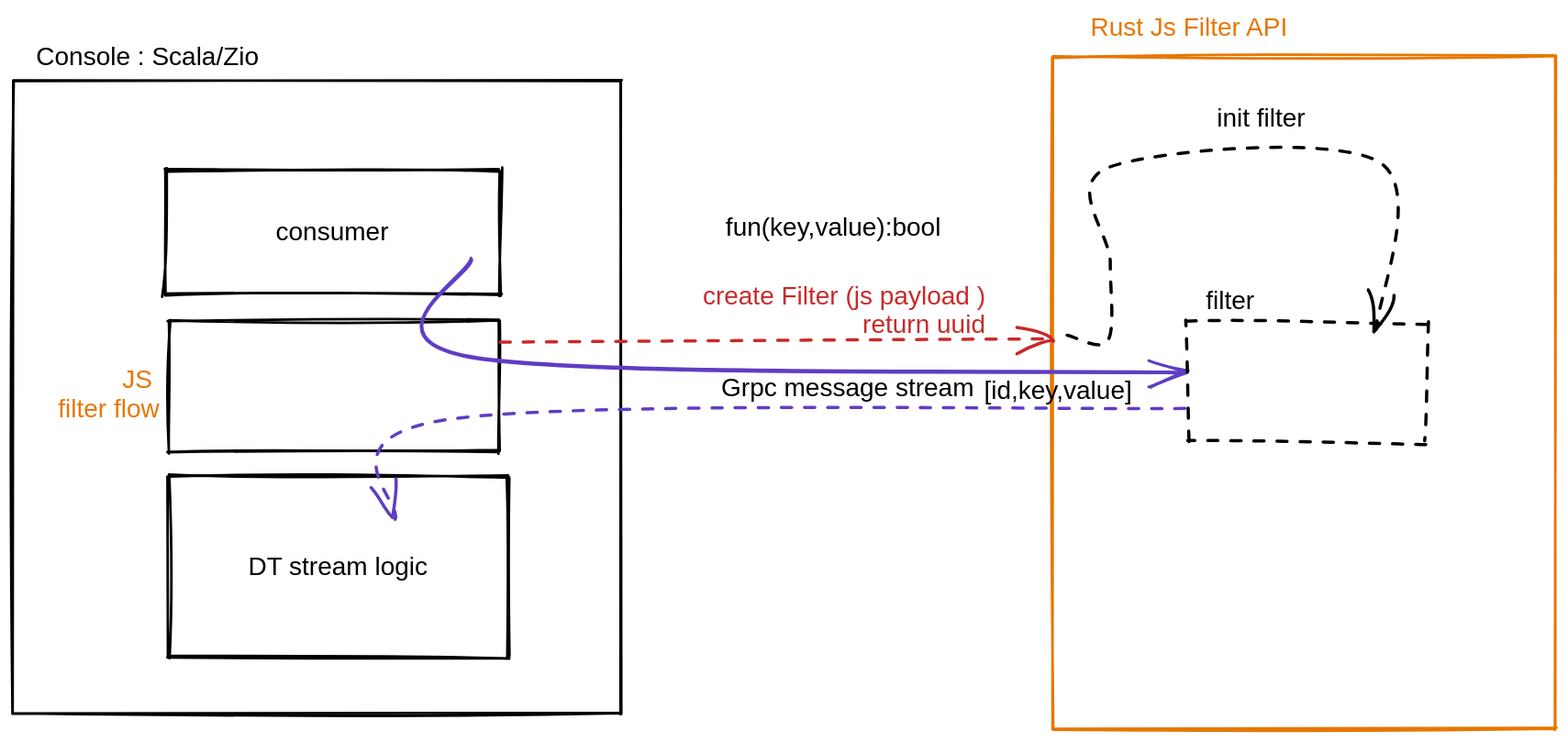
Earlier version of the Excalidraw export doc/.excalidraw.svg (conduktor/rsfilter). Source tidied: one line per element, renumbered; positions are measured from the earlier drawing's top-left corner, leaving out a move shared by most shapes. Source of this version:
```json
{"id": 0, "type": "rectangle", "strokeColor": "#000000", "strokeWidth": 2, "roughness": 1, "x": 0, "y": 53, "width": 473, "height": 493}
{"id": 1, "type": "text", "text": "Console : Scala/Zio", "strokeColor": "#000000", "strokeWidth": 2, "roughness": 1, "fontSize": 20, "fontFamily": 2, "textAlign": "right", "x": 16, "y": 23, "width": 175, "height": 23}
{"id": 2, "type": "rectangle", "strokeColor": "#000000", "strokeWidth": 2, "roughness": 1, "x": 118, "y": 122, "width": 261, "height": 97}
{"id": 3, "type": "text", "text": "consumer", "strokeColor": "#000000", "strokeWidth": 2, "roughness": 1, "fontSize": 20, "fontFamily": 2, "textAlign": "center", "verticalAlign": "middle", "inside": 2, "x": 204, "y": 159, "width": 90, "height": 23}
{"id": 4, "type": "rectangle", "strokeColor": "#000000", "strokeWidth": 2, "roughness": 1, "x": 121, "y": 360, "width": 264, "height": 142}
{"id": 5, "type": "text", "text": "DT stream logic", "strokeColor": "#000000", "strokeWidth": 2, "roughness": 1, "fontSize": 20, "fontFamily": 2, "textAlign": "center", "verticalAlign": "middle", "inside": 4, "x": 182, "y": 420, "width": 142, "height": 23}
{"id": 6, "type": "rectangle", "strokeColor": "#000000", "strokeWidth": 2, "roughness": 1, "x": 121, "y": 240, "width": 257, "height": 101}
{"id": 7, "type": "text", "text": "JS \nfilter flow", "strokeColor": "#e67700", "strokeWidth": 2, "roughness": 1, "fontSize": 20, "fontFamily": 2, "textAlign": "right", "x": 33, "y": 275, "width": 81, "height": 45}
{"id": 8, "type": "rectangle", "strokeColor": "#e67700", "strokeWidth": 2, "roughness": 1, "x": 810, "y": 34, "width": 391, "height": 524}
{"id": 9, "type": "text", "text": "Rust Js Filter API", "strokeColor": "#e67700", "strokeWidth": 2, "roughness": 1, "fontSize": 20, "fontFamily": 2, "textAlign": "right", "x": 837, "y": 0, "width": 155, "height": 23}
{"id": 10, "type": "arrow", "strokeColor": "#5f3dc4", "strokeWidth": 2, "roughness": 1, "endArrowhead": "arrow", "to": 14, "x": 356, "y": 193, "width": 557, "height": 88, "points": [[0, 0], [4, 76], [557, 88]]}
{"id": 11, "type": "arrow", "strokeColor": "#5f3dc4", "strokeWidth": 2, "strokeStyle": "dashed", "roughness": 1, "endArrowhead": "arrow", "from": 14, "x": 913, "y": 308, "width": 614, "height": 87, "points": [[0, 0], [-571, 8], [-614, 87]]}
{"id": 12, "type": "arrow", "strokeColor": "#c92a2a", "strokeWidth": 2, "strokeStyle": "dashed", "roughness": 1, "endArrowhead": "arrow", "from": 6, "x": 379, "y": 257, "width": 432, "height": 2, "points": [[0, 0], [432, -2]]}
{"id": 13, "type": "text", "text": "create Filter (js payload )\nreturn uuid", "strokeColor": "#c92a2a", "strokeWidth": 2, "strokeStyle": "dashed", "roughness": 1, "fontSize": 20, "fontFamily": 2, "textAlign": "right", "x": 536, "y": 209, "width": 221, "height": 45}
{"id": 14, "type": "rectangle", "strokeColor": "#000000", "strokeWidth": 2, "strokeStyle": "dashed", "roughness": 1, "x": 915, "y": 241, "width": 186, "height": 93}
{"id": 15, "type": "text", "text": "filter", "strokeColor": "#000000", "strokeWidth": 2, "strokeStyle": "dashed", "roughness": 1, "fontSize": 20, "fontFamily": 2, "textAlign": "right", "x": 926, "y": 212, "width": 40, "height": 23}
{"id": 16, "type": "text", "text": "Grpc message stream", "strokeColor": "#000000", "strokeWidth": 2, "strokeStyle": "dashed", "roughness": 1, "fontSize": 20, "fontFamily": 2, "textAlign": "right", "x": 549, "y": 281, "width": 199, "height": 23}
{"id": 17, "type": "arrow", "strokeColor": "#000000", "strokeWidth": 2, "strokeStyle": "dashed", "roughness": 1, "endArrowhead": "arrow", "x": 819, "y": 252, "width": 243, "height": 139, "points": [[0, 0], [34, 2], [35, -59], [33, -131], [243, -137], [242, -6]]}
{"id": 18, "type": "text", "text": "init filter", "strokeColor": "#000000", "strokeWidth": 2, "strokeStyle": "dashed", "roughness": 1, "fontSize": 20, "fontFamily": 2, "textAlign": "right", "x": 935, "y": 70, "width": 71, "height": 23}
{"id": 19, "type": "text", "text": "[id,key,value]", "strokeColor": "#000000", "strokeWidth": 2, "strokeStyle": "dashed", "roughness": 1, "fontSize": 20, "fontFamily": 2, "textAlign": "right", "x": 754, "y": 283, "width": 117, "height": 23}
{"id": 20, "type": "text", "text": "fun(key,value):bool", "strokeColor": "#000000", "strokeWidth": 2, "strokeStyle": "dashed", "roughness": 1, "fontSize": 20, "fontFamily": 2, "textAlign": "right", "x": 553, "y": 156, "width": 169, "height": 23}
```
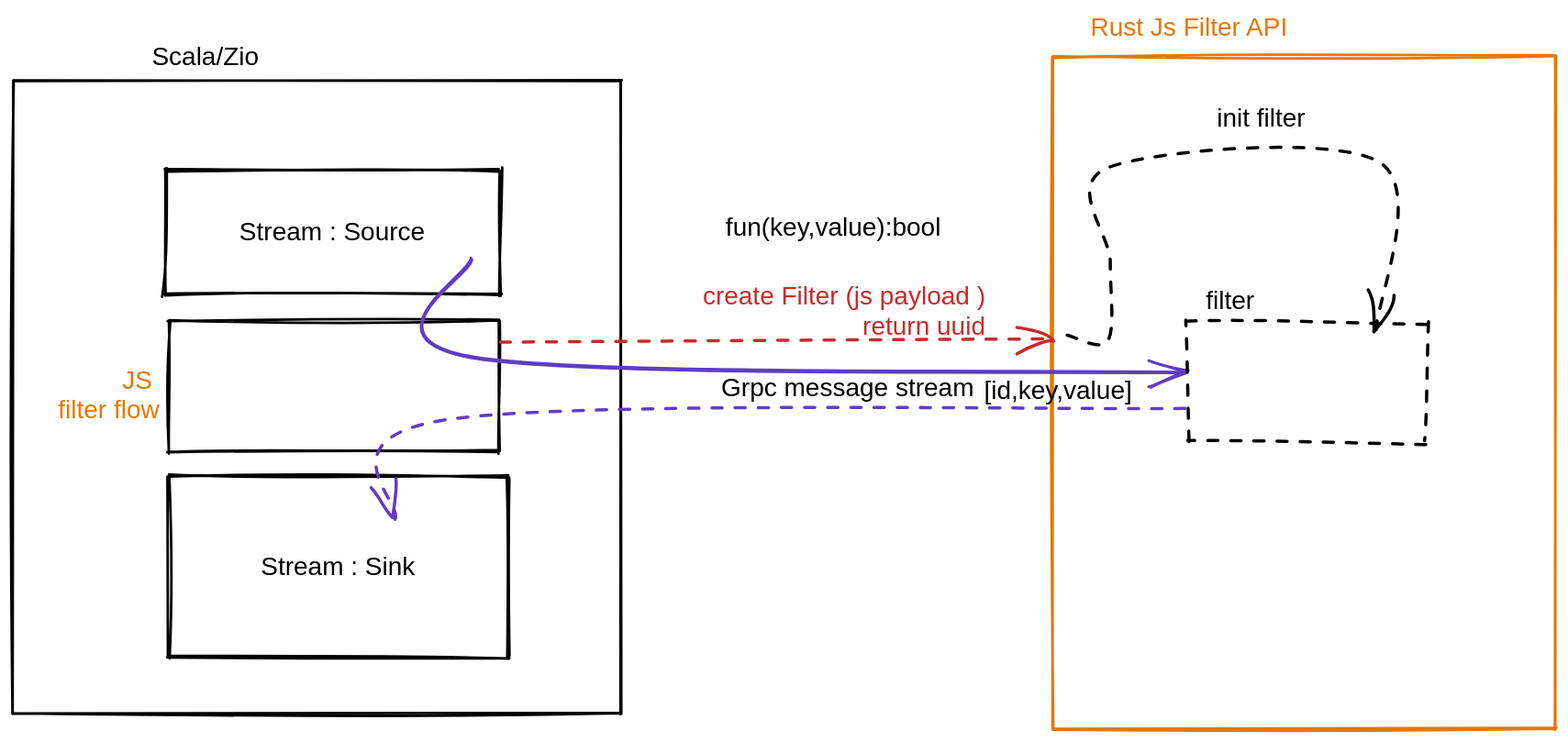
After the commit.

The edit, as a diff of the source:
```diff
@@ -1,21 +1,21 @@
 {"id": 0, "type": "rectangle", "strokeColor": "#000000", "strokeWidth": 2, "roughness": 1, "x": 0, "y": 53, "width": 473, "height": 493}
-{"id": 1, "type": "text", "text": "Console : Scala/Zio", "strokeColor": "#000000", "strokeWidth": 2, "roughness": 1, "fontSize": 20, "fontFamily": 2, "textAlign": "right", "x": 16, "y": 23, "width": 175, "height": 23}
+{"id": 1, "type": "text", "text": " Scala/Zio", "strokeColor": "#000000", "strokeWidth": 2, "roughness": 1, "fontSize": 20, "fontFamily": 2, "textAlign": "right", "x": 100, "y": 23, "width": 91, "height": 23}
 {"id": 2, "type": "rectangle", "strokeColor": "#000000", "strokeWidth": 2, "roughness": 1, "x": 118, "y": 122, "width": 261, "height": 97}
-{"id": 3, "type": "text", "text": "consumer", "strokeColor": "#000000", "strokeWidth": 2, "roughness": 1, "fontSize": 20, "fontFamily": 2, "textAlign": "center", "verticalAlign": "middle", "inside": 2, "x": 204, "y": 159, "width": 90, "height": 23}
+{"id": 3, "type": "text", "text": "Stream : Source", "strokeColor": "#000000", "strokeWidth": 2, "roughness": 1, "fontSize": 20, "fontFamily": 2, "textAlign": "center", "verticalAlign": "middle", "inside": 2, "x": 175, "y": 159, "width": 147, "height": 23}
 {"id": 4, "type": "rectangle", "strokeColor": "#000000", "strokeWidth": 2, "roughness": 1, "x": 121, "y": 360, "width": 264, "height": 142}
-{"id": 5, "type": "text", "text": "DT stream logic", "strokeColor": "#000000", "strokeWidth": 2, "roughness": 1, "fontSize": 20, "fontFamily": 2, "textAlign": "center", "verticalAlign": "middle", "inside": 4, "x": 182, "y": 420, "width": 142, "height": 23}
+{"id": 5, "type": "text", "text": "Stream : Sink", "strokeColor": "#000000", "strokeWidth": 2, "roughness": 1, "fontSize": 20, "fontFamily": 2, "textAlign": "center", "verticalAlign": "middle", "inside": 4, "x": 192, "y": 420, "width": 122, "height": 23}
 {"id": 6, "type": "rectangle", "strokeColor": "#000000", "strokeWidth": 2, "roughness": 1, "x": 121, "y": 240, "width": 257, "height": 101}
-{"id": 7, "type": "text", "text": "JS \nfilter flow", "strokeColor": "#e67700", "strokeWidth": 2, "roughness": 1, "fontSize": 20, "fontFamily": 2, "textAlign": "right", "x": 33, "y": 275, "width": 81, "height": 45}
+{"id": 7, "type": "text", "text": "JS \nfilter flow", "strokeColor": "#e67700", "strokeWidth": 2, "roughness": 1, "fontSize": 20, "fontFamily": 2, "textAlign": "right", "x": 33, "y": 275, "width": 81, "height": 46}
 {"id": 8, "type": "rectangle", "strokeColor": "#e67700", "strokeWidth": 2, "roughness": 1, "x": 810, "y": 34, "width": 391, "height": 524}
 {"id": 9, "type": "text", "text": "Rust Js Filter API", "strokeColor": "#e67700", "strokeWidth": 2, "roughness": 1, "fontSize": 20, "fontFamily": 2, "textAlign": "right", "x": 837, "y": 0, "width": 155, "height": 23}
 {"id": 10, "type": "arrow", "strokeColor": "#5f3dc4", "strokeWidth": 2, "roughness": 1, "endArrowhead": "arrow", "to": 14, "x": 356, "y": 193, "width": 557, "height": 88, "points": [[0, 0], [4, 76], [557, 88]]}
 {"id": 11, "type": "arrow", "strokeColor": "#5f3dc4", "strokeWidth": 2, "strokeStyle": "dashed", "roughness": 1, "endArrowhead": "arrow", "from": 14, "x": 913, "y": 308, "width": 614, "height": 87, "points": [[0, 0], [-571, 8], [-614, 87]]}
 {"id": 12, "type": "arrow", "strokeColor": "#c92a2a", "strokeWidth": 2, "strokeStyle": "dashed", "roughness": 1, "endArrowhead": "arrow", "from": 6, "x": 379, "y": 257, "width": 432, "height": 2, "points": [[0, 0], [432, -2]]}
-{"id": 13, "type": "text", "text": "create Filter (js payload )\nreturn uuid", "strokeColor": "#c92a2a", "strokeWidth": 2, "strokeStyle": "dashed", "roughness": 1, "fontSize": 20, "fontFamily": 2, "textAlign": "right", "x": 536, "y": 209, "width": 221, "height": 45}
+{"id": 13, "type": "text", "text": "create Filter (js payload )\nreturn uuid", "strokeColor": "#c92a2a", "strokeWidth": 2, "strokeStyle": "dashed", "roughness": 1, "fontSize": 20, "fontFamily": 2, "textAlign": "right", "x": 536, "y": 209, "width": 221, "height": 46}
 {"id": 14, "type": "rectangle", "strokeColor": "#000000", "strokeWidth": 2, "strokeStyle": "dashed", "roughness": 1, "x": 915, "y": 241, "width": 186, "height": 93}
 {"id": 15, "type": "text", "text": "filter", "strokeColor": "#000000", "strokeWidth": 2, "strokeStyle": "dashed", "roughness": 1, "fontSize": 20, "fontFamily": 2, "textAlign": "right", "x": 926, "y": 212, "width": 40, "height": 23}
 {"id": 16, "type": "text", "text": "Grpc message stream", "strokeColor": "#000000", "strokeWidth": 2, "strokeStyle": "dashed", "roughness": 1, "fontSize": 20, "fontFamily": 2, "textAlign": "right", "x": 549, "y": 281, "width": 199, "height": 23}
 {"id": 17, "type": "arrow", "strokeColor": "#000000", "strokeWidth": 2, "strokeStyle": "dashed", "roughness": 1, "endArrowhead": "arrow", "x": 819, "y": 252, "width": 243, "height": 139, "points": [[0, 0], [34, 2], [35, -59], [33, -131], [243, -137], [242, -6]]}
 {"id": 18, "type": "text", "text": "init filter", "strokeColor": "#000000", "strokeWidth": 2, "strokeStyle": "dashed", "roughness": 1, "fontSize": 20, "fontFamily": 2, "textAlign": "right", "x": 935, "y": 70, "width": 71, "height": 23}
 {"id": 19, "type": "text", "text": "[id,key,value]", "strokeColor": "#000000", "strokeWidth": 2, "strokeStyle": "dashed", "roughness": 1, "fontSize": 20, "fontFamily": 2, "textAlign": "right", "x": 754, "y": 283, "width": 117, "height": 23}
-{"id": 20, "type": "text", "text": "fun(key,value):bool", "strokeColor": "#000000", "strokeWidth": 2, "strokeStyle": "dashed", "roughness": 1, "fontSize": 20, "fontFamily": 2, "textAlign": "right", "x": 553, "y": 156, "width": 169, "height": 23}
+{"id": 20, "type": "text", "text": "fun(key,value):bool", "strokeColor": "#000000", "strokeWidth": 2, "strokeStyle": "dashed", "roughness": 1, "fontSize": 20, "fontFamily": 2, "textAlign": "right", "x": 552, "y": 156, "width": 170, "height": 23}
```
